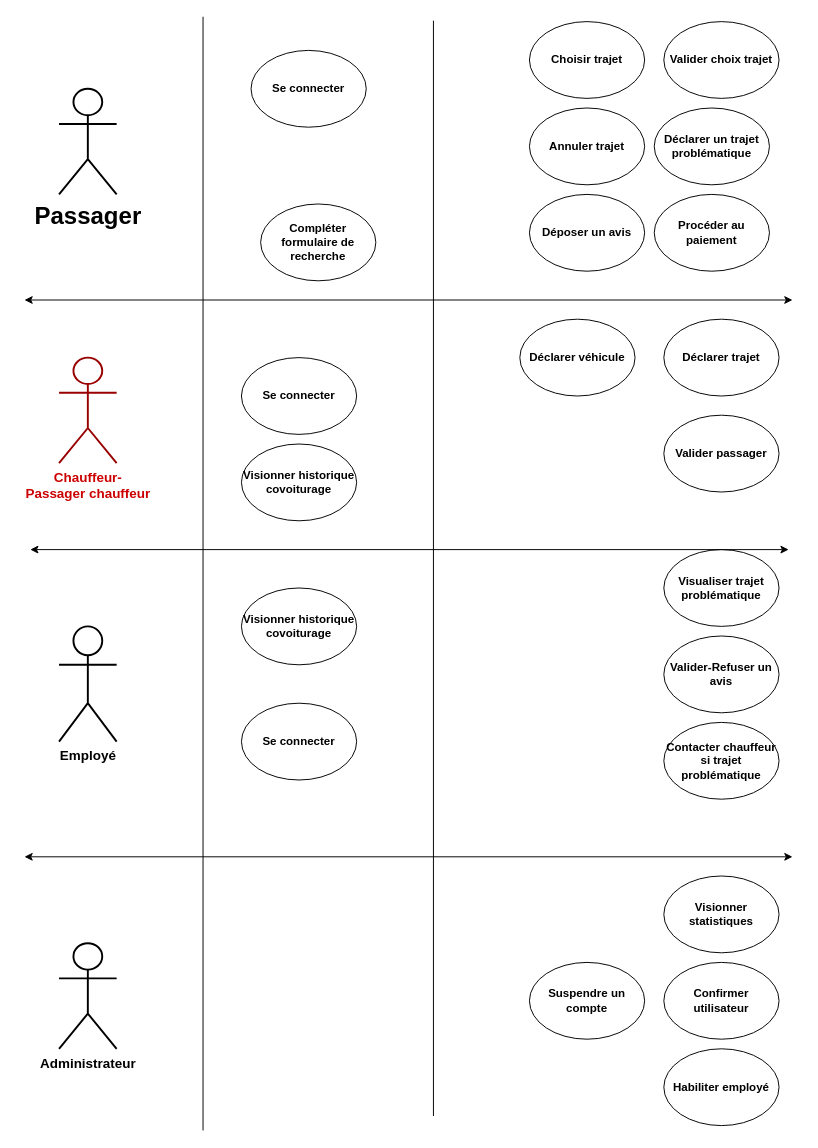
This is Diagramme cas d'utilisation.drawio from Rachidit/Rachidit, a draw.io file, before an edit. Source tidied: cells renumbered, new cells numbered last; positions are measured from the earlier drawing's top-left corner, leaving out a move shared by most shapes. Both pictures are drawn from the tidied source at 96%, with x=0, y=0 at pixel (24, 16).
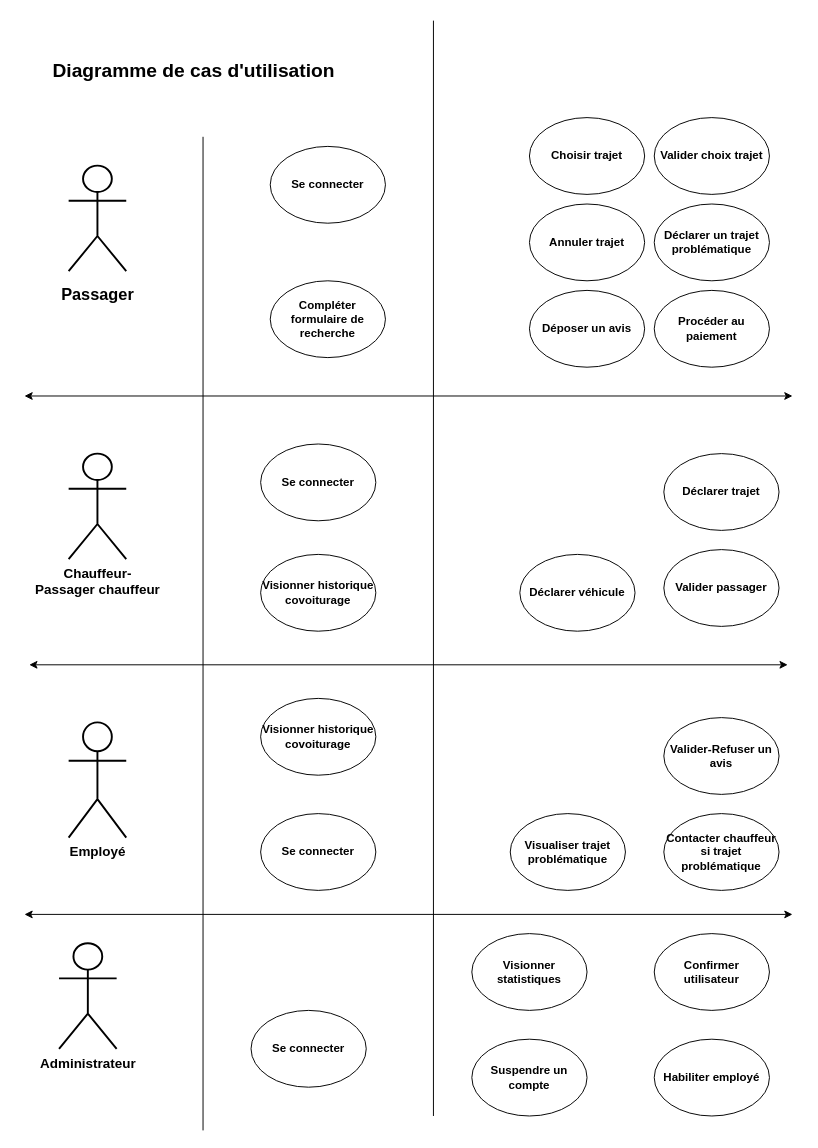
The same diagram, later.

Commit message:
Mettre à jour Diagramme cas d'utilisation.drawio

What changed in the source:
```diff
@@
-    <mxCell id="2" value="&lt;div&gt;Chauffeur-&lt;/div&gt;&lt;div&gt;Passager chauffeur&lt;/div&gt;" style="shape=umlActor;verticalLabelPosition=bottom;verticalAlign=top;html=1;labelBackgroundColor=default;fontStyle=1;fontSize=14;strokeWidth=2;fontColor=#CC0000;strokeColor=#990000;" parent="1" vertex="1">
-      <mxGeometry x="36" y="355" width="60" height="110" as="geometry" />
+    <mxCell id="2" value="&lt;div&gt;&lt;span style=&quot;color: rgb(0, 0, 0);&quot;&gt;Chauffeur-&lt;br&gt;Passager chauffeur&lt;br&gt;&lt;/span&gt;&lt;/div&gt;" style="shape=umlActor;verticalLabelPosition=bottom;verticalAlign=top;html=1;labelBackgroundColor=default;fontStyle=1;fontSize=14;strokeWidth=2;fontColor=#CC0000;strokeColor=#000000;" parent="1" vertex="1">
+      <mxGeometry x="46" y="455" width="60" height="110" as="geometry" />
     </mxCell>
@@
-    <mxCell id="4" value="Passager" style="shape=umlActor;verticalLabelPosition=bottom;verticalAlign=top;html=1;labelBackgroundColor=default;fontStyle=1;fontSize=25;strokeWidth=2;" parent="1" vertex="1">
-      <mxGeometry x="36" y="75" width="60" height="110" as="geometry" />
+    <mxCell id="4" value="&lt;font style=&quot;font-size: 17px;&quot;&gt;Passager&lt;/font&gt;" style="shape=umlActor;verticalLabelPosition=bottom;verticalAlign=top;html=1;labelBackgroundColor=default;fontStyle=1;fontSize=25;strokeWidth=2;" parent="1" vertex="1">
+      <mxGeometry x="46" y="155" width="60" height="110" as="geometry" />
     </mxCell>
     <mxCell id="5" value="Employé" style="shape=umlActor;verticalLabelPosition=bottom;verticalAlign=top;html=1;strokeWidth=2;fontSize=14;fontStyle=1;" parent="1" vertex="1">
-      <mxGeometry x="36" y="635" width="60" height="120" as="geometry" />
+      <mxGeometry x="46" y="735" width="60" height="120" as="geometry" />
     </mxCell>
     <mxCell id="6" value="&lt;b&gt;Habiliter employé&lt;/b&gt;" style="ellipse;whiteSpace=wrap;html=1;fillColor=none;" parent="1" vertex="1">
-      <mxGeometry x="666" y="1075" width="120" height="80" as="geometry" />
+      <mxGeometry x="656" y="1065" width="120" height="80" as="geometry" />
     </mxCell>
     <mxCell id="7" value="&lt;b&gt;Déposer un avis&lt;/b&gt;" style="ellipse;whiteSpace=wrap;html=1;fillColor=none;" parent="1" vertex="1">
-      <mxGeometry x="526" y="185" width="120" height="80" as="geometry" />
+      <mxGeometry x="526" y="285" width="120" height="80" as="geometry" />
     </mxCell>
     <mxCell id="8" value="&lt;b&gt;Visionner historique covoiturage&lt;/b&gt;" style="ellipse;whiteSpace=wrap;html=1;fillColor=none;" parent="1" vertex="1">
-      <mxGeometry x="226" y="445" width="120" height="80" as="geometry" />
+      <mxGeometry x="246" y="560" width="120" height="80" as="geometry" />
     </mxCell>
     <mxCell id="9" value="&lt;b&gt;Déclarer trajet&lt;/b&gt;" style="ellipse;whiteSpace=wrap;html=1;fillColor=none;" parent="1" vertex="1">
-      <mxGeometry x="666" y="315" width="120" height="80" as="geometry" />
+      <mxGeometry x="666" y="455" width="120" height="80" as="geometry" />
     </mxCell>
     <mxCell id="10" value="&lt;b&gt;Annuler trajet&lt;/b&gt;" style="ellipse;whiteSpace=wrap;html=1;fillColor=none;" parent="1" vertex="1">
-      <mxGeometry x="526" y="95" width="120" height="80" as="geometry" />
+      <mxGeometry x="526" y="195" width="120" height="80" as="geometry" />
     </mxCell>
     <mxCell id="11" value="&lt;b&gt;Choisir trajet&lt;/b&gt;" style="ellipse;whiteSpace=wrap;html=1;fillColor=none;" parent="1" vertex="1">
-      <mxGeometry x="526" y="5" width="120" height="80" as="geometry" />
+      <mxGeometry x="526" y="105" width="120" height="80" as="geometry" />
     </mxCell>
     <mxCell id="12" value="&lt;b&gt;Compléter formulaire de recherche&lt;/b&gt;" style="ellipse;whiteSpace=wrap;html=1;fillColor=none;" parent="1" vertex="1">
-      <mxGeometry x="246" y="195" width="120" height="80" as="geometry" />
+      <mxGeometry x="256" y="275" width="120" height="80" as="geometry" />
     </mxCell>
     <mxCell id="13" value="&lt;b&gt;Confirmer utilisateur&lt;/b&gt;" style="ellipse;whiteSpace=wrap;html=1;fillColor=none;" parent="1" vertex="1">
-      <mxGeometry x="666" y="985" width="120" height="80" as="geometry" />
+      <mxGeometry x="656" y="955" width="120" height="80" as="geometry" />
     </mxCell>
     <mxCell id="14" value="&lt;b&gt;Valider choix trajet&lt;/b&gt;" style="ellipse;whiteSpace=wrap;html=1;fillColor=none;" parent="1" vertex="1">
-      <mxGeometry x="666" y="5" width="120" height="80" as="geometry" />
+      <mxGeometry x="656" y="105" width="120" height="80" as="geometry" />
     </mxCell>
     <mxCell id="15" value="&lt;b&gt;Se connecter&lt;br&gt;&lt;/b&gt;" style="ellipse;whiteSpace=wrap;html=1;fillColor=none;" parent="1" vertex="1">
-      <mxGeometry x="226" y="355" width="120" height="80" as="geometry" />
+      <mxGeometry x="246" y="445" width="120" height="80" as="geometry" />
     </mxCell>
     <mxCell id="16" value="&lt;b&gt;Valider-Refuser un avis&lt;/b&gt;" style="ellipse;whiteSpace=wrap;html=1;fillColor=none;" parent="1" vertex="1">
-      <mxGeometry x="666" y="645" width="120" height="80" as="geometry" />
+      <mxGeometry x="666" y="730" width="120" height="80" as="geometry" />
     </mxCell>
     <mxCell id="17" value="&lt;b&gt;Visualiser trajet problématique&lt;/b&gt;" style="ellipse;whiteSpace=wrap;html=1;fillColor=none;" parent="1" vertex="1">
-      <mxGeometry x="666" y="555" width="120" height="80" as="geometry" />
+      <mxGeometry x="506" y="830" width="120" height="80" as="geometry" />
     </mxCell>
     <mxCell id="18" value="&lt;b&gt;Déclarer un trajet problématique&lt;/b&gt;" style="ellipse;whiteSpace=wrap;html=1;fillColor=none;" parent="1" vertex="1">
-      <mxGeometry x="656" y="95" width="120" height="80" as="geometry" />
+      <mxGeometry x="656" y="195" width="120" height="80" as="geometry" />
     </mxCell>
     <mxCell id="19" value="&lt;b&gt;Visionner statistiques&lt;/b&gt;" style="ellipse;whiteSpace=wrap;html=1;fillColor=none;" parent="1" vertex="1">
-      <mxGeometry x="666" y="895" width="120" height="80" as="geometry" />
+      <mxGeometry x="466" y="955" width="120" height="80" as="geometry" />
     </mxCell>
     <mxCell id="20" value="&lt;b&gt;Contacter chauffeur si trajet problématique&lt;/b&gt;" style="ellipse;whiteSpace=wrap;html=1;fillColor=none;" parent="1" vertex="1">
-      <mxGeometry x="666" y="735" width="120" height="80" as="geometry" />
+      <mxGeometry x="666" y="830" width="120" height="80" as="geometry" />
     </mxCell>
     <mxCell id="21" value="&lt;b&gt;Valider passager&lt;/b&gt;" style="ellipse;whiteSpace=wrap;html=1;fillColor=none;" parent="1" vertex="1">
-      <mxGeometry x="666" y="415" width="120" height="80" as="geometry" />
+      <mxGeometry x="666" y="555" width="120" height="80" as="geometry" />
     </mxCell>
     <mxCell id="22" value="&lt;b&gt;Suspendre un compte&lt;/b&gt;" style="ellipse;whiteSpace=wrap;html=1;fillColor=none;" parent="1" vertex="1">
-      <mxGeometry x="526" y="985" width="120" height="80" as="geometry" />
+      <mxGeometry x="466" y="1065" width="120" height="80" as="geometry" />
     </mxCell>
     <mxCell id="23" value="&lt;b&gt;Déclarer véhicule&lt;/b&gt;" style="ellipse;whiteSpace=wrap;html=1;fillColor=none;" parent="1" vertex="1">
-      <mxGeometry x="516" y="315" width="120" height="80" as="geometry" />
+      <mxGeometry x="516" y="560" width="120" height="80" as="geometry" />
     </mxCell>
     <mxCell id="24" value="&lt;b&gt;Procéder au paiement&lt;/b&gt;" style="ellipse;whiteSpace=wrap;html=1;fillColor=none;" parent="1" vertex="1">
-      <mxGeometry x="656" y="185" width="120" height="80" as="geometry" />
+      <mxGeometry x="656" y="285" width="120" height="80" as="geometry" />
     </mxCell>
@@
     <mxCell id="26" style="endArrow=none;html=1;rounded=0;" parent="1" edge="1">
       <mxGeometry relative="1" as="geometry">
         <mxPoint x="186" y="1160" as="sourcePoint" />
-        <mxPoint x="186" as="targetPoint" />
+        <mxPoint x="186" y="125" as="targetPoint" />
       </mxGeometry>
     </mxCell>
     <mxCell id="27" style="endArrow=classic;startArrow=classic;html=1;rounded=0;" parent="1" edge="1">
       <mxGeometry relative="1" as="geometry">
-        <mxPoint y="295" as="sourcePoint" />
-        <mxPoint x="800" y="295" as="targetPoint" />
+        <mxPoint y="395" as="sourcePoint" />
+        <mxPoint x="800" y="395" as="targetPoint" />
       </mxGeometry>
     </mxCell>
     <mxCell id="28" style="endArrow=classic;startArrow=classic;html=1;rounded=0;" parent="1" edge="1">
       <mxGeometry relative="1" as="geometry">
-        <mxPoint y="875" as="sourcePoint" />
-        <mxPoint x="800" y="875" as="targetPoint" />
+        <mxPoint y="935" as="sourcePoint" />
+        <mxPoint x="800" y="935" as="targetPoint" />
       </mxGeometry>
     </mxCell>
     <mxCell id="29" style="endArrow=classic;startArrow=classic;html=1;rounded=0;" parent="1" edge="1">
       <mxGeometry relative="1" as="geometry">
-        <mxPoint x="6" y="555" as="sourcePoint" />
-        <mxPoint x="796" y="555" as="targetPoint" />
+        <mxPoint x="5" y="675" as="sourcePoint" />
+        <mxPoint x="795" y="675" as="targetPoint" />
       </mxGeometry>
     </mxCell>
     <mxCell id="30" value="&lt;b&gt;Visionner historique covoiturage&lt;/b&gt;" style="ellipse;whiteSpace=wrap;html=1;fillColor=none;" parent="1" vertex="1">
-      <mxGeometry x="226" y="595" width="120" height="80" as="geometry" />
+      <mxGeometry x="246" y="710" width="120" height="80" as="geometry" />
     </mxCell>
     <mxCell id="31" value="&lt;b&gt;Se connecter&lt;br&gt;&lt;/b&gt;" style="ellipse;whiteSpace=wrap;html=1;fillColor=none;" parent="1" vertex="1">
-      <mxGeometry x="236" y="35" width="120" height="80" as="geometry" />
+      <mxGeometry x="256" y="135" width="120" height="80" as="geometry" />
     </mxCell>
     <mxCell id="32" value="&lt;b&gt;Se connecter&lt;br&gt;&lt;/b&gt;" style="ellipse;whiteSpace=wrap;html=1;fillColor=none;" parent="1" vertex="1">
-      <mxGeometry x="226" y="715" width="120" height="80" as="geometry" />
+      <mxGeometry x="246" y="830" width="120" height="80" as="geometry" />
     </mxCell>
+    <mxCell id="33" value="&lt;b&gt;&lt;font style=&quot;font-size: 20px;&quot;&gt;Diagramme de cas d'utilisation&lt;/font&gt;&lt;/b&gt;" style="text;html=1;align=center;verticalAlign=middle;strokeColor=none;fillColor=none;" parent="1" vertex="1">
+      <mxGeometry x="16" y="35" width="320" height="40" as="geometry" />
+    </mxCell>
+    <mxCell id="34" value="&lt;b&gt;Se connecter&lt;br&gt;&lt;/b&gt;" style="ellipse;whiteSpace=wrap;html=1;fillColor=none;" parent="1" vertex="1">
+      <mxGeometry x="236" y="1035" width="120" height="80" as="geometry" />
+    </mxCell>
```
